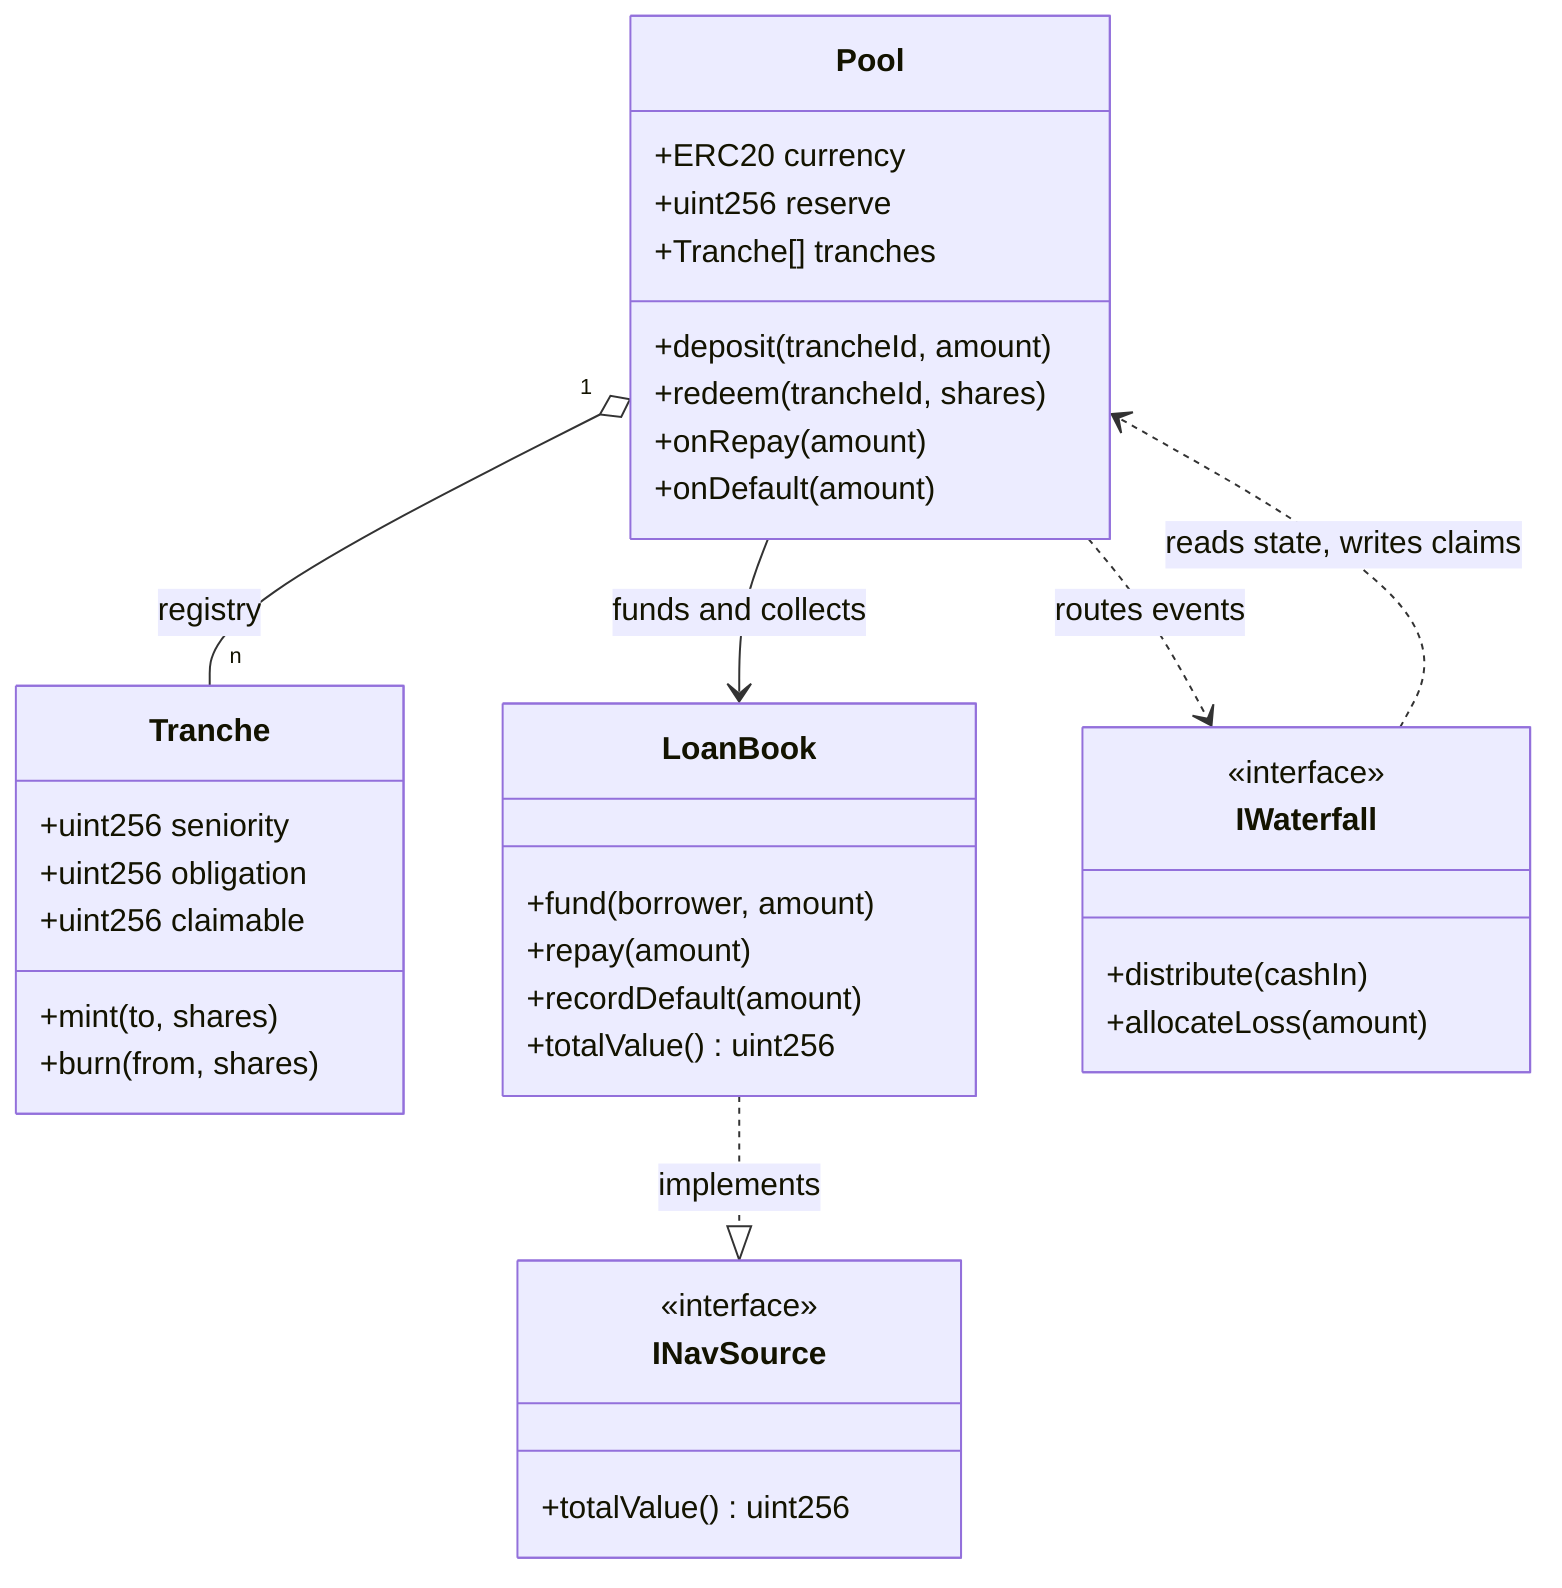
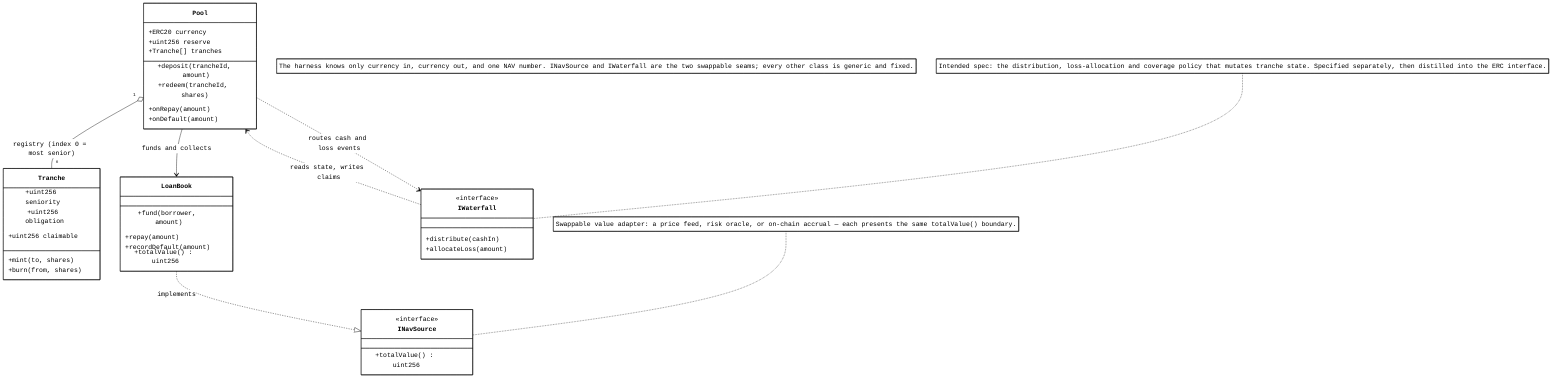
+ %%{init: {'theme':'base','themeVariables':{'primaryColor':'#ffffff','primaryTextColor':'#000000','primaryBorderColor':'#000000','lineColor':'#000000','secondaryColor':'#ffffff','secondaryTextColor':'#000000','tertiaryColor':'#ffffff','clusterBkg':'#ffffff','clusterBorder':'#000000','edgeLabelBackground':'#ffffff','noteBkgColor':'#ffffff','noteBorderColor':'#000000','noteTextColor':'#000000','fontFamily':'monospace'}}}%%
%% Hooke-Centrifuge — contract / interface architecture of the harness.
classDiagram
  class Pool {
    +ERC20 currency
    +uint256 reserve
    +Tranche[] tranches
    +deposit(trancheId, amount)
    +redeem(trancheId, shares)
    +onRepay(amount)
    +onDefault(amount)
  }
  class Tranche {
    +uint256 seniority
    +uint256 obligation
    +uint256 claimable
    +mint(to, shares)
    +burn(from, shares)
  }
  class LoanBook {
    +fund(borrower, amount)
    +repay(amount)
    +recordDefault(amount)
    +totalValue() uint256
  }
  class INavSource {
    <<interface>>
    +totalValue() uint256
  }
  class IWaterfall {
    <<interface>>
    +distribute(cashIn)
    +allocateLoss(amount)
  }
-   Pool "1" o-- "n" Tranche : registry
+   Pool "1" o-- "n" Tranche : registry (index 0 = most senior)
  Pool --> LoanBook : funds and collects
-   Pool ..> IWaterfall : routes events
+   Pool ..> IWaterfall : routes cash and loss events
  LoanBook ..|> INavSource : implements
  IWaterfall ..> Pool : reads state, writes claims
+ 
+   note "The harness knows only currency in, currency out, and one NAV number. INavSource and IWaterfall are the two swappable seams; every other class is generic and fixed."
+   note for IWaterfall "Intended spec: the distribution, loss-allocation and coverage policy that mutates tranche state. Specified separately, then distilled into the ERC interface."
+   note for INavSource "Swappable value adapter: a price feed, risk oracle, or on-chain accrual — each presents the same totalValue() boundary."
